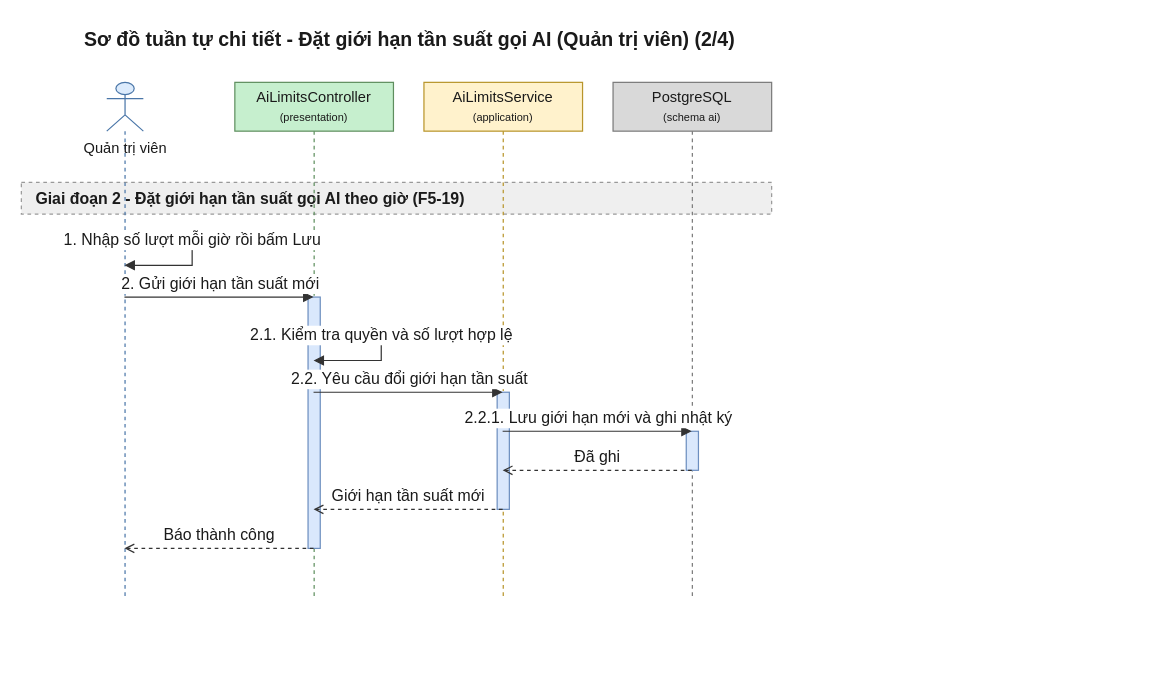
Above: 08-diagram/sequence/admin/sequence_admin_dat_han_muc_va_gioi_han_ai_p2.drawio in daiphu1801/PRJ_ALGOPREP (draw.io), before the change. Source tidied: cells renumbered, new cells numbered last; positions are measured from the earlier drawing's top-left corner, leaving out a move shared by most shapes. Both pictures are drawn from the tidied source at 122%, with x=0, y=0 at pixel (21, 21).
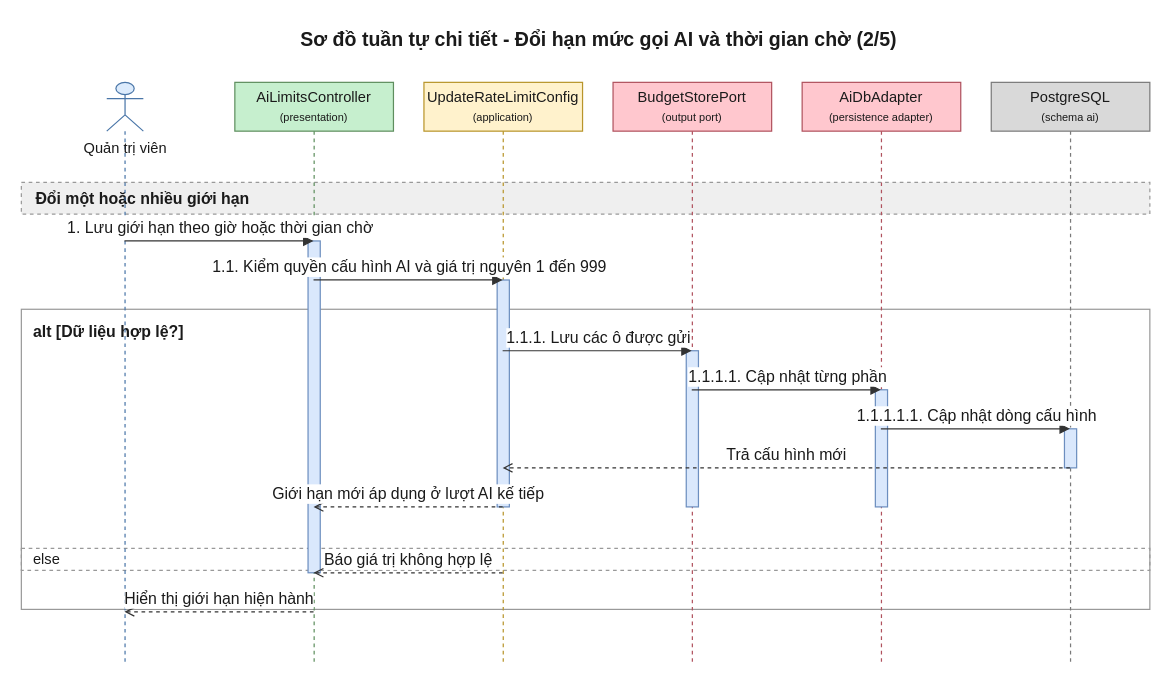
After the change.

What changed in the source:
```diff
@@
-    <mxCell id="2" value="Sơ đồ tuần tự chi tiết - Đặt giới hạn tần suất gọi AI (Quản trị viên) (2/4)" style="text;html=1;fontSize=16;fontStyle=1;align=center;verticalAlign=middle;fontColor=#1A1A1A;" parent="1" vertex="1">
-      <mxGeometry x="20" width="595" height="30" as="geometry" />
+    <mxCell id="2" value="Sơ đồ tuần tự chi tiết - Đổi hạn mức gọi AI và thời gian chờ (2/5)" style="text;html=1;fontSize=16;fontStyle=1;align=center;verticalAlign=middle;fontColor=#1A1A1A;" parent="1" vertex="1">
+      <mxGeometry x="20" width="905" height="30" as="geometry" />
     </mxCell>
-    <mxCell id="3" value="Giai đoạn 2 - Đặt giới hạn tần suất gọi AI theo giờ (F5-19)" style="algoprep=phase;rounded=0;whiteSpace=wrap;html=1;fillColor=#EFEFEF;strokeColor=#999999;dashed=1;align=left;verticalAlign=middle;spacingLeft=10;fontColor=#1A1A1A;fontSize=13;fontStyle=1;" parent="1" vertex="1">
-      <mxGeometry y="132" width="615" height="26" as="geometry" />
+    <mxCell id="3" value="alt [Dữ liệu hợp lệ?]" style="algoprep=alt;rounded=0;whiteSpace=wrap;html=1;fillColor=none;strokeColor=#999999;verticalAlign=top;align=left;spacingLeft=8;spacingTop=4;fontColor=#1A1A1A;fontSize=13;fontStyle=1;dashed=0;" parent="1" vertex="1">
+      <mxGeometry y="236" width="925" height="246" as="geometry" />
     </mxCell>
-    <mxCell id="4" value="Quản trị viên" style="shape=umlLifeline;participant=umlActor;perimeter=lifelinePerimeter;html=1;outlineConnect=0;size=40;verticalAlign=top;spacingTop=40;fillColor=#DCEBFC;strokeColor=#4A76A8;fontColor=#1A1A1A;" parent="1" vertex="1">
-      <mxGeometry x="70" y="50" width="30" height="424" as="geometry" />
+    <mxCell id="4" value="else" style="text;html=1;dashed=1;strokeColor=#999999;fillColor=none;align=left;verticalAlign=middle;spacingLeft=8;fontColor=#1A1A1A;fontSize=12;" parent="1" vertex="1">
+      <mxGeometry y="432" width="925" height="18" as="geometry" />
     </mxCell>
-    <mxCell id="5" value="AiLimitsController&lt;br&gt;&lt;font style=&quot;font-size:9px&quot;&gt;(presentation)&lt;/font&gt;" style="shape=umlLifeline;perimeter=lifelinePerimeter;whiteSpace=wrap;html=1;outlineConnect=0;size=40;fillColor=#C6EFCE;strokeColor=#5E8E5E;fontColor=#1A1A1A;" parent="1" vertex="1">
-      <mxGeometry x="175" y="50" width="130" height="424" as="geometry" />
+    <mxCell id="5" value="Đổi một hoặc nhiều giới hạn" style="algoprep=phase;rounded=0;whiteSpace=wrap;html=1;fillColor=#EFEFEF;strokeColor=#999999;dashed=1;align=left;verticalAlign=middle;spacingLeft=10;fontColor=#1A1A1A;fontSize=13;fontStyle=1;" parent="1" vertex="1">
+      <mxGeometry y="132" width="925" height="26" as="geometry" />
     </mxCell>
-    <mxCell id="6" value="AiLimitsService&lt;br&gt;&lt;font style=&quot;font-size:9px&quot;&gt;(application)&lt;/font&gt;" style="shape=umlLifeline;perimeter=lifelinePerimeter;whiteSpace=wrap;html=1;outlineConnect=0;size=40;fillColor=#FFF2CC;strokeColor=#B8952A;fontColor=#1A1A1A;" parent="1" vertex="1">
-      <mxGeometry x="330" y="50" width="130" height="424" as="geometry" />
+    <mxCell id="6" value="Quản trị viên" style="shape=umlLifeline;participant=umlActor;perimeter=lifelinePerimeter;html=1;outlineConnect=0;size=40;verticalAlign=top;spacingTop=40;fillColor=#DCEBFC;strokeColor=#4A76A8;fontColor=#1A1A1A;" parent="1" vertex="1">
+      <mxGeometry x="70" y="50" width="30" height="476" as="geometry" />
     </mxCell>
-    <mxCell id="7" value="PostgreSQL&lt;br&gt;&lt;font style=&quot;font-size:9px&quot;&gt;(schema ai)&lt;/font&gt;" style="shape=umlLifeline;perimeter=lifelinePerimeter;whiteSpace=wrap;html=1;outlineConnect=0;size=40;fillColor=#D9D9D9;strokeColor=#7A7A7A;fontColor=#1A1A1A;" parent="1" vertex="1">
-      <mxGeometry x="485" y="50" width="130" height="424" as="geometry" />
+    <mxCell id="7" value="AiLimitsController&lt;br&gt;&lt;font style=&quot;font-size:9px&quot;&gt;(presentation)&lt;/font&gt;" style="shape=umlLifeline;perimeter=lifelinePerimeter;whiteSpace=wrap;html=1;outlineConnect=0;size=40;fillColor=#C6EFCE;strokeColor=#5E8E5E;fontColor=#1A1A1A;" parent="1" vertex="1">
+      <mxGeometry x="175" y="50" width="130" height="476" as="geometry" />
     </mxCell>
-    <mxCell id="8" style="html=1;points=[[0,0,0,0,0],[0,1,0,0,0],[1,0,0,0,0],[1,1,0,0,0]];perimeter=orthogonalPerimeter;outlineConnect=0;targetShapes=umlLifeline;fillColor=#DAE8FC;strokeColor=#6C8EBF;" parent="7" vertex="1">
-      <mxGeometry x="60" y="286" width="10" height="32" as="geometry" />
+    <mxCell id="8" value="UpdateRateLimitConfig&lt;br&gt;&lt;font style=&quot;font-size:9px&quot;&gt;(application)&lt;/font&gt;" style="shape=umlLifeline;perimeter=lifelinePerimeter;whiteSpace=wrap;html=1;outlineConnect=0;size=40;fillColor=#FFF2CC;strokeColor=#B8952A;fontColor=#1A1A1A;" parent="1" vertex="1">
+      <mxGeometry x="330" y="50" width="130" height="476" as="geometry" />
     </mxCell>
-    <mxCell id="9" style="html=1;points=[[0,0,0,0,0],[0,1,0,0,0],[1,0,0,0,0],[1,1,0,0,0]];perimeter=orthogonalPerimeter;outlineConnect=0;targetShapes=umlLifeline;fillColor=#DAE8FC;strokeColor=#6C8EBF;" parent="6" vertex="1">
-      <mxGeometry x="60" y="254" width="10" height="96" as="geometry" />
+    <mxCell id="9" value="BudgetStorePort&lt;br&gt;&lt;font style=&quot;font-size:9px&quot;&gt;(output port)&lt;/font&gt;" style="shape=umlLifeline;perimeter=lifelinePerimeter;whiteSpace=wrap;html=1;outlineConnect=0;size=40;fillColor=#FFC7CE;strokeColor=#B0525E;fontColor=#1A1A1A;" parent="1" vertex="1">
+      <mxGeometry x="485" y="50" width="130" height="476" as="geometry" />
     </mxCell>
-    <mxCell id="10" style="html=1;points=[[0,0,0,0,0],[0,1,0,0,0],[1,0,0,0,0],[1,1,0,0,0]];perimeter=orthogonalPerimeter;outlineConnect=0;targetShapes=umlLifeline;fillColor=#DAE8FC;strokeColor=#6C8EBF;" parent="5" vertex="1">
-      <mxGeometry x="60" y="176" width="10" height="206" as="geometry" />
+    <mxCell id="10" value="AiDbAdapter&lt;br&gt;&lt;font style=&quot;font-size:9px&quot;&gt;(persistence adapter)&lt;/font&gt;" style="shape=umlLifeline;perimeter=lifelinePerimeter;whiteSpace=wrap;html=1;outlineConnect=0;size=40;fillColor=#FFC7CE;strokeColor=#B0525E;fontColor=#1A1A1A;" parent="1" vertex="1">
+      <mxGeometry x="640" y="50" width="130" height="476" as="geometry" />
     </mxCell>
-    <mxCell id="11" value="1. Nhập số lượt mỗi giờ rồi bấm Lưu" style="edgeStyle=orthogonalEdgeStyle;rounded=0;html=1;endArrow=block;endFill=1;strokeColor=#333333;fontColor=#1A1A1A;fontSize=13;verticalAlign=bottom;exitX=0.5;exitY=0.3066;exitDx=0;exitDy=0;entryX=0.5;entryY=0.3538;entryDx=0;entryDy=0;" parent="1" edge="1" source="4" target="4">
-      <mxGeometry relative="1" as="geometry">
-        <Array as="points">
-          <mxPoint x="140" y="180" />
-          <mxPoint x="140" y="200" />
-        </Array>
-      </mxGeometry>
-    </mxCell>
-    <mxCell id="12" value="2. Gửi giới hạn tần suất mới" style="edgeStyle=none;html=1;endArrow=block;endFill=1;strokeColor=#333333;fontColor=#1A1A1A;fontSize=13;verticalAlign=bottom;exitX=0.5;exitY=0.4151;exitDx=0;exitDy=0;entryX=0.5;entryY=0.4151;entryDx=0;entryDy=0;" parent="1" edge="1" source="4" target="5">
-      <mxGeometry relative="1" as="geometry" />
-    </mxCell>
-    <mxCell id="13" value="2.1. Kiểm tra quyền và số lượt hợp lệ" style="edgeStyle=orthogonalEdgeStyle;rounded=0;html=1;endArrow=block;endFill=1;strokeColor=#333333;fontColor=#1A1A1A;fontSize=13;verticalAlign=bottom;exitX=0.5;exitY=0.4906;exitDx=0;exitDy=0;entryX=0.5;entryY=0.5377;entryDx=0;entryDy=0;" parent="1" edge="1" source="5" target="5">
-      <mxGeometry relative="1" as="geometry">
-        <Array as="points">
-          <mxPoint x="295" y="258" />
-          <mxPoint x="295" y="278" />
-        </Array>
-      </mxGeometry>
-    </mxCell>
-    <mxCell id="14" value="2.2. Yêu cầu đổi giới hạn tần suất" style="edgeStyle=none;html=1;endArrow=block;endFill=1;strokeColor=#333333;fontColor=#1A1A1A;fontSize=13;verticalAlign=bottom;exitX=0.5;exitY=0.5991;exitDx=0;exitDy=0;entryX=0.5;entryY=0.5991;entryDx=0;entryDy=0;" parent="1" edge="1" source="5" target="6">
-      <mxGeometry relative="1" as="geometry" />
-    </mxCell>
-    <mxCell id="15" value="2.2.1. Lưu giới hạn mới và ghi nhật ký" style="edgeStyle=none;html=1;endArrow=block;endFill=1;strokeColor=#333333;fontColor=#1A1A1A;fontSize=13;verticalAlign=bottom;exitX=0.5;exitY=0.6745;exitDx=0;exitDy=0;entryX=0.5;entryY=0.6745;entryDx=0;entryDy=0;" parent="1" edge="1" source="6" target="7">
-      <mxGeometry relative="1" as="geometry" />
-    </mxCell>
-    <mxCell id="16" value="Đã ghi" style="edgeStyle=none;html=1;endArrow=open;endFill=0;dashed=1;strokeColor=#333333;fontColor=#1A1A1A;fontSize=13;verticalAlign=bottom;exitX=0.5;exitY=0.7500;exitDx=0;exitDy=0;entryX=0.5;entryY=0.7500;entryDx=0;entryDy=0;" parent="1" edge="1" source="7" target="6">
-      <mxGeometry relative="1" as="geometry" />
-    </mxCell>
+    <mxCell id="19" value="PostgreSQL&lt;br&gt;&lt;font style=&quot;font-size:9px&quot;&gt;(schema ai)&lt;/font&gt;" style="shape=umlLifeline;perimeter=lifelinePerimeter;whiteSpace=wrap;html=1;outlineConnect=0;size=40;fillColor=#D9D9D9;strokeColor=#7A7A7A;fontColor=#1A1A1A;" parent="1" vertex="1">
+      <mxGeometry x="795" y="50" width="130" height="476" as="geometry" />
+    </mxCell>
+    <mxCell id="20" style="html=1;perimeter=orthogonalPerimeter;targetShapes=umlLifeline;fillColor=#DAE8FC;strokeColor=#6C8EBF;" parent="19" vertex="1">
+      <mxGeometry x="60" y="284" width="10" height="32" as="geometry" />
+    </mxCell>
+    <mxCell id="21" style="html=1;perimeter=orthogonalPerimeter;targetShapes=umlLifeline;fillColor=#DAE8FC;strokeColor=#6C8EBF;" parent="10" vertex="1">
+      <mxGeometry x="60" y="252" width="10" height="96" as="geometry" />
+    </mxCell>
+    <mxCell id="22" style="html=1;perimeter=orthogonalPerimeter;targetShapes=umlLifeline;fillColor=#DAE8FC;strokeColor=#6C8EBF;" parent="9" vertex="1">
+      <mxGeometry x="60" y="220" width="10" height="128" as="geometry" />
+    </mxCell>
+    <mxCell id="23" style="html=1;perimeter=orthogonalPerimeter;targetShapes=umlLifeline;fillColor=#DAE8FC;strokeColor=#6C8EBF;" parent="8" vertex="1">
+      <mxGeometry x="60" y="162" width="10" height="186" as="geometry" />
+    </mxCell>
+    <mxCell id="24" style="html=1;perimeter=orthogonalPerimeter;targetShapes=umlLifeline;fillColor=#DAE8FC;strokeColor=#6C8EBF;" parent="7" vertex="1">
+      <mxGeometry x="60" y="130" width="10" height="272" as="geometry" />
+    </mxCell>
-    <mxCell id="17" value="Giới hạn tần suất mới" style="edgeStyle=none;html=1;endArrow=open;endFill=0;dashed=1;strokeColor=#333333;fontColor=#1A1A1A;fontSize=13;verticalAlign=bottom;exitX=0.5;exitY=0.8255;exitDx=0;exitDy=0;entryX=0.5;entryY=0.8255;entryDx=0;entryDy=0;" parent="1" edge="1" source="6" target="5">
+    <mxCell id="17" value="1. Lưu giới hạn theo giờ hoặc thời gian chờ" style="edgeStyle=none;html=1;endArrow=block;endFill=1;strokeColor=#333333;fontColor=#1A1A1A;fontSize=13;verticalAlign=bottom;exitX=0.5;exitY=0.2731;exitDx=0;exitDy=0;entryX=0.5;entryY=0.2731;entryDx=0;entryDy=0;" parent="1" edge="1" source="6" target="7">
       <mxGeometry relative="1" as="geometry" />
     </mxCell>
-    <mxCell id="18" value="Báo thành công" style="edgeStyle=none;html=1;endArrow=open;endFill=0;dashed=1;strokeColor=#333333;fontColor=#1A1A1A;fontSize=13;verticalAlign=bottom;exitX=0.5;exitY=0.9009;exitDx=0;exitDy=0;entryX=0.5;entryY=0.9009;entryDx=0;entryDy=0;" parent="1" edge="1" source="5" target="4">
+    <mxCell id="18" value="1.1. Kiểm quyền cấu hình AI và giá trị nguyên 1 đến 999" style="edgeStyle=none;html=1;endArrow=block;endFill=1;strokeColor=#333333;fontColor=#1A1A1A;fontSize=13;verticalAlign=bottom;exitX=0.5;exitY=0.3403;exitDx=0;exitDy=0;entryX=0.5;entryY=0.3403;entryDx=0;entryDy=0;" parent="1" edge="1" source="7" target="8">
       <mxGeometry relative="1" as="geometry" />
     </mxCell>
+    <mxCell id="25" value="1.1.1. Lưu các ô được gửi" style="edgeStyle=none;html=1;endArrow=block;endFill=1;strokeColor=#333333;fontColor=#1A1A1A;fontSize=13;verticalAlign=bottom;exitX=0.5;exitY=0.4622;exitDx=0;exitDy=0;entryX=0.5;entryY=0.4622;entryDx=0;entryDy=0;" parent="1" edge="1" source="8" target="9">
+      <mxGeometry relative="1" as="geometry" />
+    </mxCell>
+    <mxCell id="26" value="1.1.1.1. Cập nhật từng phần" style="edgeStyle=none;html=1;endArrow=block;endFill=1;strokeColor=#333333;fontColor=#1A1A1A;fontSize=13;verticalAlign=bottom;exitX=0.5;exitY=0.5294;exitDx=0;exitDy=0;entryX=0.5;entryY=0.5294;entryDx=0;entryDy=0;" parent="1" edge="1" source="9" target="10">
+      <mxGeometry relative="1" as="geometry" />
+    </mxCell>
+    <mxCell id="27" value="1.1.1.1.1. Cập nhật dòng cấu hình" style="edgeStyle=none;html=1;endArrow=block;endFill=1;strokeColor=#333333;fontColor=#1A1A1A;fontSize=13;verticalAlign=bottom;exitX=0.5;exitY=0.5966;exitDx=0;exitDy=0;entryX=0.5;entryY=0.5966;entryDx=0;entryDy=0;" parent="1" edge="1" source="10" target="19">
+      <mxGeometry relative="1" as="geometry" />
+    </mxCell>
+    <mxCell id="28" value="Trả cấu hình mới" style="edgeStyle=none;html=1;endArrow=open;endFill=0;dashed=1;strokeColor=#333333;fontColor=#1A1A1A;fontSize=13;verticalAlign=bottom;exitX=0.5;exitY=0.6639;exitDx=0;exitDy=0;entryX=0.5;entryY=0.6639;entryDx=0;entryDy=0;" parent="1" edge="1" source="19" target="8">
+      <mxGeometry relative="1" as="geometry" />
+    </mxCell>
+    <mxCell id="29" value="Giới hạn mới áp dụng ở lượt AI kế tiếp" style="edgeStyle=none;html=1;endArrow=open;endFill=0;dashed=1;strokeColor=#333333;fontColor=#1A1A1A;fontSize=13;verticalAlign=bottom;exitX=0.5;exitY=0.7311;exitDx=0;exitDy=0;entryX=0.5;entryY=0.7311;entryDx=0;entryDy=0;" parent="1" edge="1" source="8" target="7">
+      <mxGeometry relative="1" as="geometry" />
+    </mxCell>
+    <mxCell id="30" value="Báo giá trị không hợp lệ" style="edgeStyle=none;html=1;endArrow=open;endFill=0;dashed=1;strokeColor=#333333;fontColor=#1A1A1A;fontSize=13;verticalAlign=bottom;exitX=0.5;exitY=0.8445;exitDx=0;exitDy=0;entryX=0.5;entryY=0.8445;entryDx=0;entryDy=0;" parent="1" edge="1" source="8" target="7">
+      <mxGeometry relative="1" as="geometry" />
+    </mxCell>
+    <mxCell id="16" value="Hiển thị giới hạn hiện hành" style="edgeStyle=none;html=1;endArrow=open;endFill=0;dashed=1;strokeColor=#333333;fontColor=#1A1A1A;fontSize=13;verticalAlign=bottom;exitX=0.5;exitY=0.9118;exitDx=0;exitDy=0;entryX=0.5;entryY=0.9118;entryDx=0;entryDy=0;" parent="1" edge="1" source="7" target="6">
+      <mxGeometry relative="1" as="geometry" />
+    </mxCell>
```
